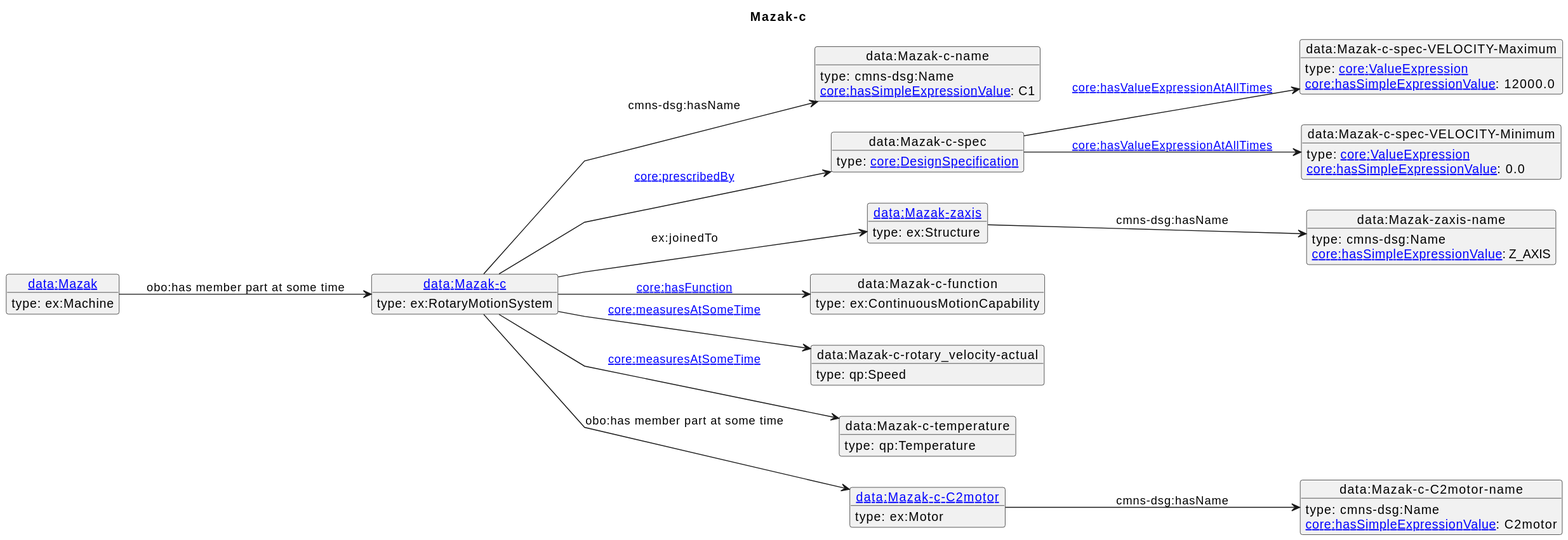
Earlier version of the PlantUML export diagrams/Mazak-c.svg (iofoundry/example-syseng-mtconnect).
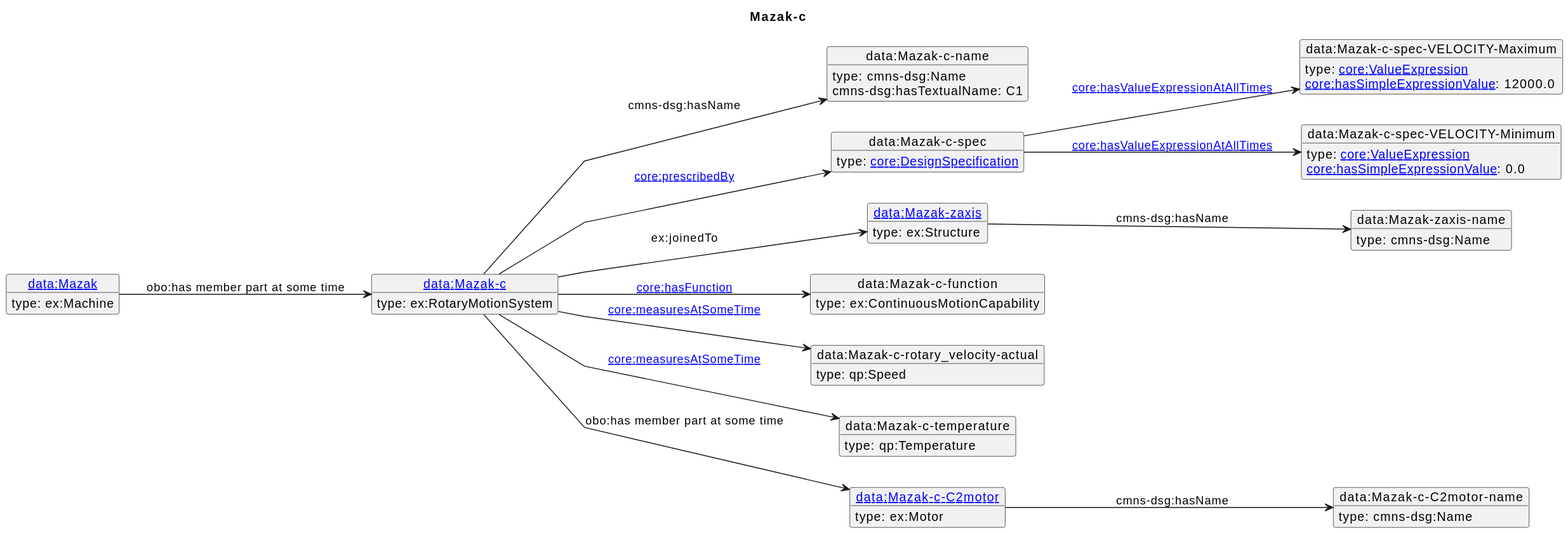
Later version of the same file.

The edit, as a diff of the source:
```diff
@@ -42,7 +42,7 @@
  type: ex:Machine
 }
 o1 --> o2 : cmns-dsg:hasName
-o2 : [[https://spec.industrialontologies.org/ontology/core/Core/hasSimpleExpressionValue core:hasSimpleExpressionValue]]: C1
+o2 : cmns-dsg:hasTextualName: C1
 o1 --> o3 : [[https://spec.industrialontologies.org/ontology/core/Core/prescribedBy core:prescribedBy]]
 o3 --> o4 : [[https://spec.industrialontologies.org/ontology/core/Core/hasValueExpressionAtAllTimes core:hasValueExpressionAtAllTimes]]
 o4 : [[https://spec.industrialontologies.org/ontology/core/Core/hasSimpleExpressionValue core:hasSimpleExpressionValue]]: 12000.0
@@ -50,12 +50,10 @@
 o5 : [[https://spec.industrialontologies.org/ontology/core/Core/hasSimpleExpressionValue core:hasSimpleExpressionValue]]: 0.0
 o1 --> o6 : ex:joinedTo
 o6 --> o7 : cmns-dsg:hasName
-o7 : [[https://spec.industrialontologies.org/ontology/core/Core/hasSimpleExpressionValue core:hasSimpleExpressionValue]]: Z_AXIS
 o1 --> o8 : [[https://spec.industrialontologies.org/ontology/core/Core/hasFunction core:hasFunction]]
 o1 --> o9 : [[https://spec.industrialontologies.org/ontology/core/Core/measuresAtSomeTime core:measuresAtSomeTime]]
 o1 --> o10 : [[https://spec.industrialontologies.org/ontology/core/Core/measuresAtSomeTime core:measuresAtSomeTime]]
 o1 --> o11 : obo:has member part at some time
 o11 --> o12 : cmns-dsg:hasName
-o12 : [[https://spec.industrialontologies.org/ontology/core/Core/hasSimpleExpressionValue core:hasSimpleExpressionValue]]: C2motor
 o13 --> o1 : obo:has member part at some time
 @enduml
```
